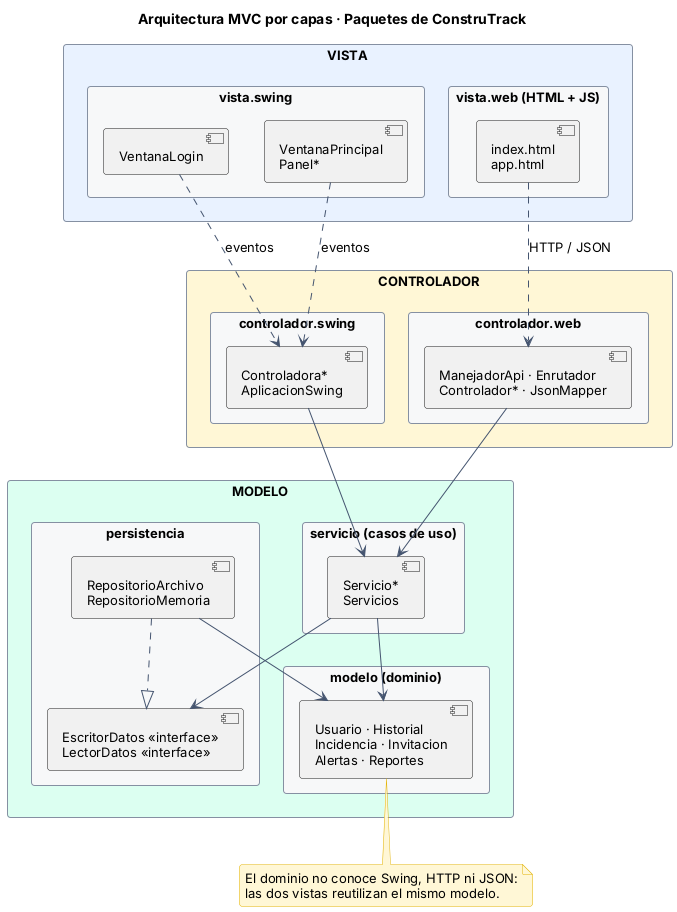
This is docs/diagramas/img/paquetes_mvc.png from diavolo34/Proyecto-Poo, a PlantUML export, as it was before one commit.
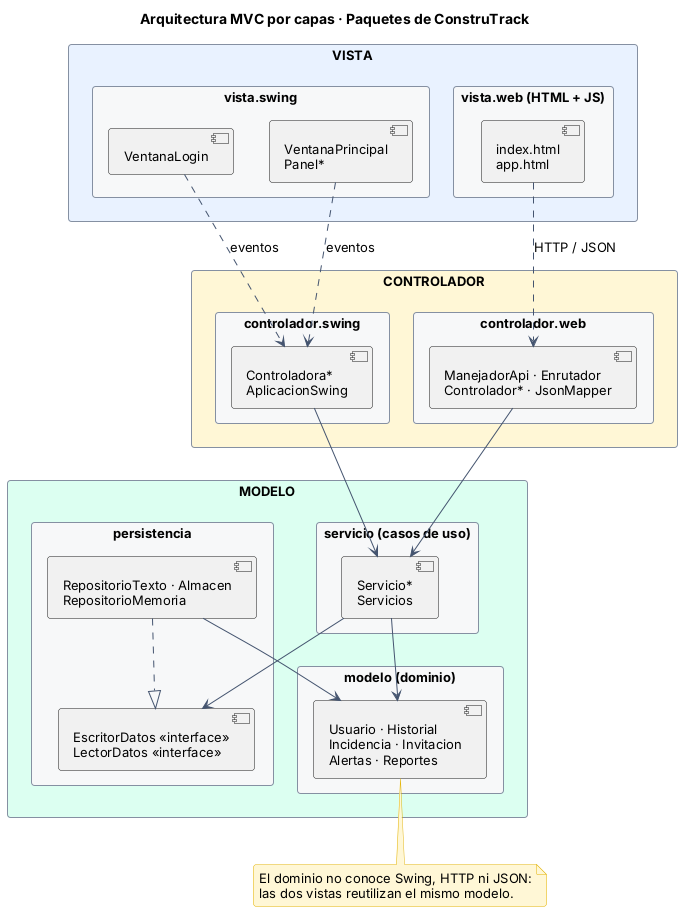
The same file after the commit.

Change to the diagram source:
```diff
@@ -29,7 +29,7 @@
   }
   package "persistencia" as PE {
     [EscritorDatos «interface»\nLectorDatos «interface»] as PI
-    [RepositorioArchivo\nRepositorioMemoria] as PR
+    [RepositorioTexto · Almacen\nRepositorioMemoria] as PR
   }
 }
 
```
